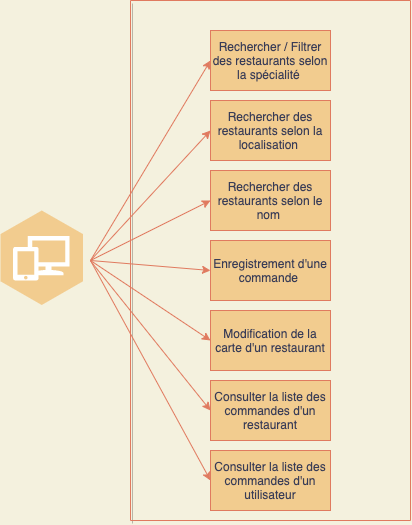
Before: diagramme_utilisation_API.png, a diagram exported from draw.io (TheAIWizard/Ensaeats). Source tidied: cells renumbered, new cells last; positions are measured from the earlier drawing's top-left corner, leaving out a move shared by most shapes.
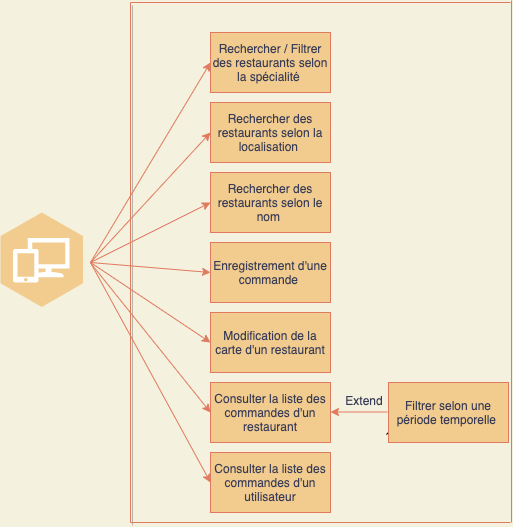
The same file after the commit.

The edit, as a diff of the source:
```diff
@@ -51,7 +51,7 @@
     <mxCell id="13" style="endArrow=none;html=1;labelBackgroundColor=#F4F1DE;strokeColor=#E07A5F;fontColor=#393C56;" parent="1" edge="1">
       <mxGeometry relative="1" as="geometry">
         <mxPoint x="130" y="520" as="sourcePoint" />
-        <mxPoint x="410" y="520" as="targetPoint" />
+        <mxPoint x="510" y="520" as="targetPoint" />
         <Array as="points">
           <mxPoint x="130" y="520" />
         </Array>
@@ -59,14 +59,14 @@
     </mxCell>
     <mxCell id="14" style="endArrow=none;html=1;labelBackgroundColor=#F4F1DE;strokeColor=#E07A5F;fontColor=#393C56;" parent="1" edge="1">
       <mxGeometry relative="1" as="geometry">
-        <mxPoint x="410" y="520" as="sourcePoint" />
-        <mxPoint x="410" as="targetPoint" />
+        <mxPoint x="511" y="520" as="sourcePoint" />
+        <mxPoint x="511" y="-2" as="targetPoint" />
       </mxGeometry>
     </mxCell>
     <mxCell id="15" style="endArrow=none;html=1;labelBackgroundColor=#F4F1DE;strokeColor=#E07A5F;fontColor=#393C56;" parent="1" edge="1">
       <mxGeometry relative="1" as="geometry">
         <mxPoint x="130" as="sourcePoint" />
-        <mxPoint x="410" as="targetPoint" />
+        <mxPoint x="510" as="targetPoint" />
         <Array as="points">
           <mxPoint x="130" />
         </Array>
@@ -91,5 +91,23 @@
         <mxPoint x="90" y="260" as="sourcePoint" />
       </mxGeometry>
     </mxCell>
+    <mxCell id="21" style="endArrow=classic;html=1;" parent="1" edge="1">
+      <mxGeometry relative="1" as="geometry">
+        <mxPoint x="386" y="432" as="sourcePoint" />
+        <mxPoint x="436" y="382" as="targetPoint" />
+      </mxGeometry>
+    </mxCell>
+    <mxCell id="22" style="endArrow=none;html=1;strokeColor=#E07A5F;startArrow=classic;startFill=1;endFill=0;" parent="1" edge="1">
+      <mxGeometry relative="1" as="geometry">
+        <mxPoint x="330" y="409.5" as="sourcePoint" />
+        <mxPoint x="387" y="409.5" as="targetPoint" />
+      </mxGeometry>
+    </mxCell>
+    <mxCell id="23" value="Filtrer selon une période temporelle&amp;nbsp;" style="rounded=0;whiteSpace=wrap;html=1;fillColor=#F2CC8F;strokeColor=#E07A5F;fontColor=#393C56;" parent="1" vertex="1">
+      <mxGeometry x="388" y="380" width="120" height="60" as="geometry" />
+    </mxCell>
+    <mxCell id="24" value="Extend" style="text;html=1;strokeColor=none;fillColor=none;align=center;verticalAlign=middle;whiteSpace=wrap;rounded=0;rotation=0;fontColor=#393C56;" parent="1" vertex="1">
+      <mxGeometry x="344" y="388" width="40" height="20" as="geometry" />
+    </mxCell>
   </root>
 </mxGraphModel>
```
